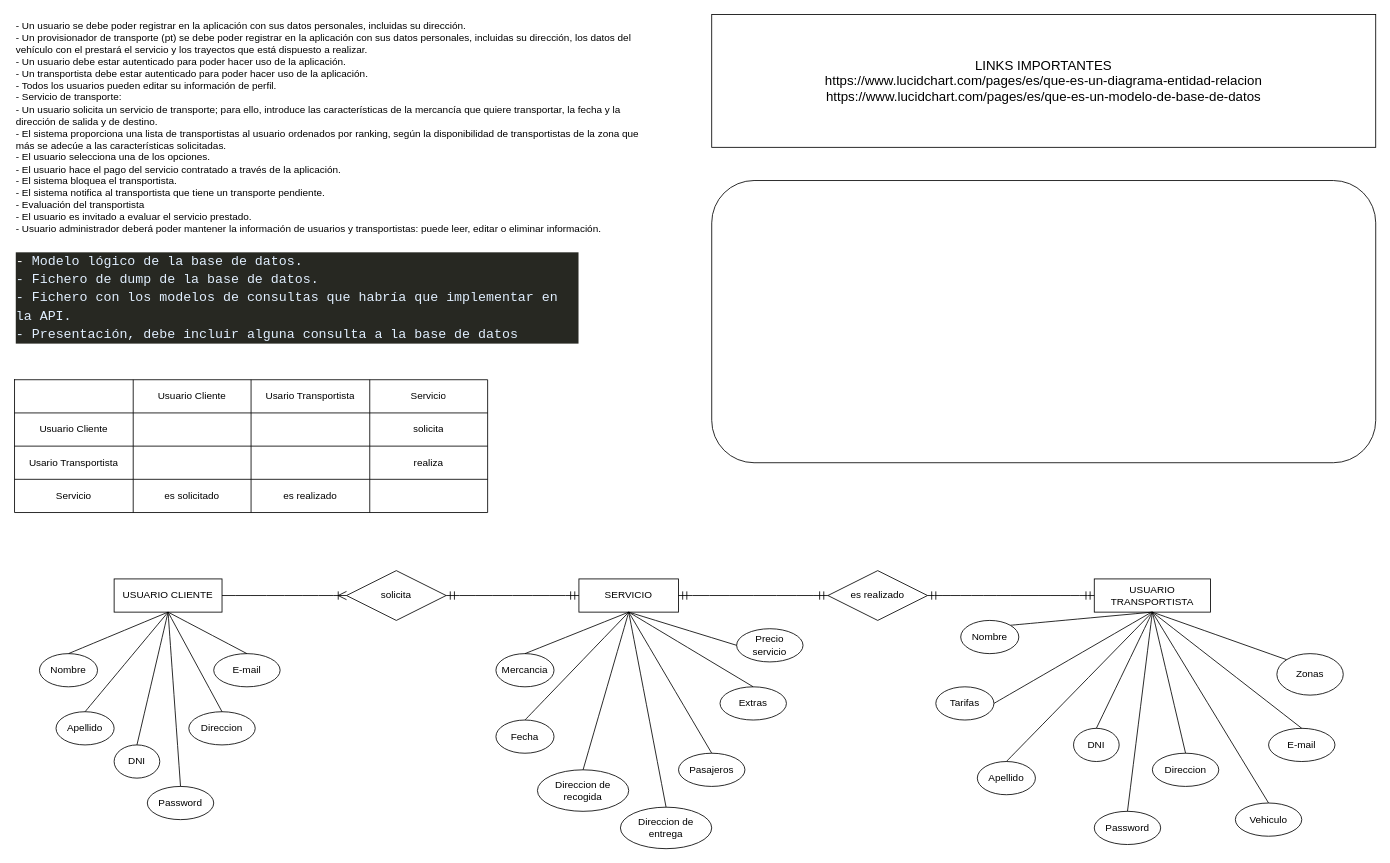
The draw.io diagram Diagrama sin título.drawio in Factoria-F5-Git/mudapp-loquetucorazontediga, before the edit. Source tidied: cells renumbered, new cells numbered last; positions are measured from the earlier drawing's top-left corner, leaving out a move shared by most shapes. Both pictures are drawn from the tidied source at 83%, with x=0, y=0 at pixel (14, 14).
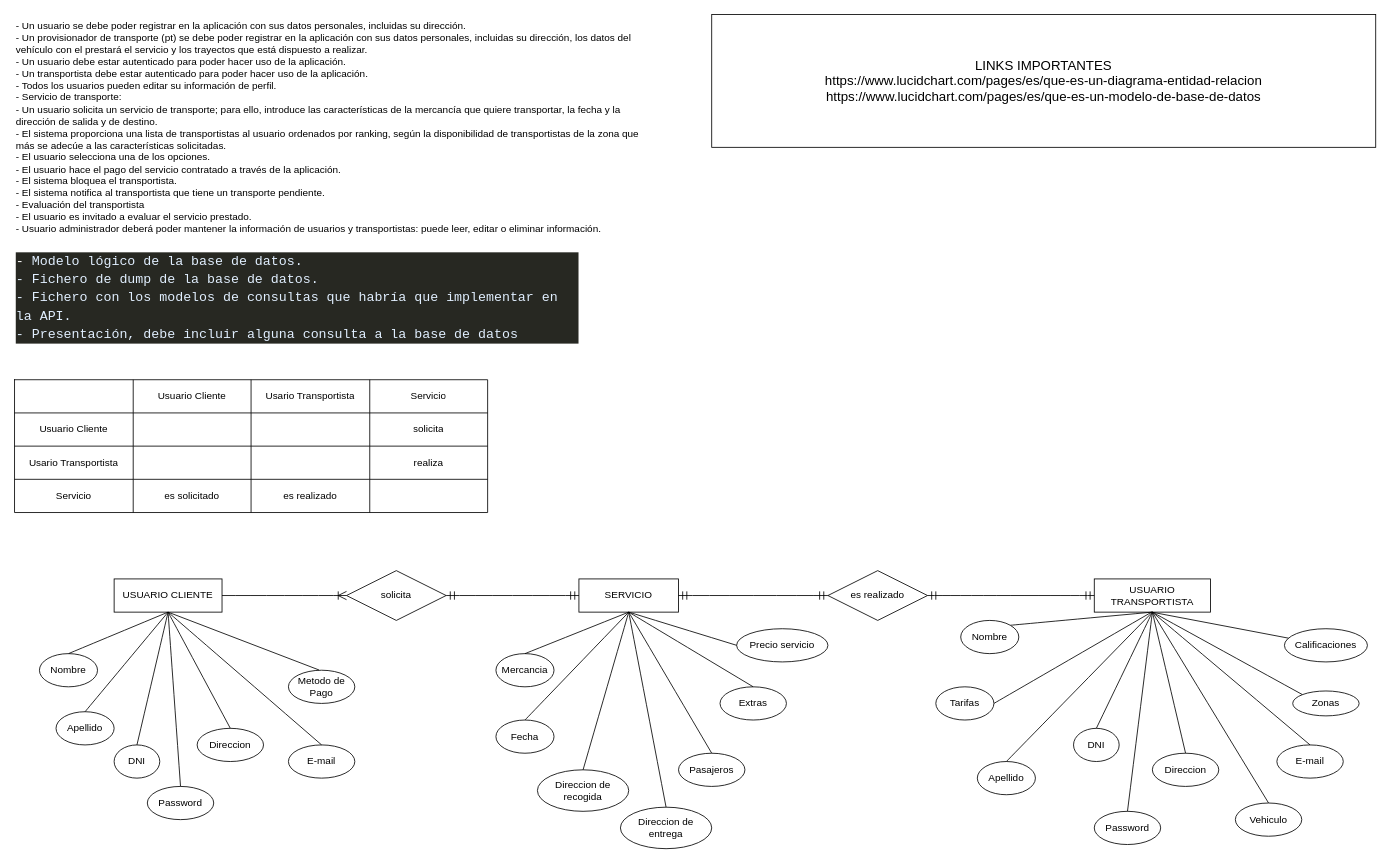
The same diagram, later.

Commit message:
Modelo logico

Unchanged cells that the change refers to:
```xml
<mxCell id="25" value="USUARIO CLIENTE" style="whiteSpace=wrap;html=1;align=center;" parent="1" vertex="1">
  <mxGeometry x="120" y="680" width="130" height="40" as="geometry" />
</mxCell>
<mxCell id="26" value="USUARIO TRANSPORTISTA" style="whiteSpace=wrap;html=1;align=center;" parent="1" vertex="1">
  <mxGeometry x="1300.9" y="680" width="140" height="40" as="geometry" />
</mxCell>
```

The edit, as a diff of the source:
```diff
@@
     <mxCell id="42" value="Direccion" style="ellipse;whiteSpace=wrap;html=1;align=center;" parent="1" vertex="1">
-      <mxGeometry x="210" y="840" width="80" height="40" as="geometry" />
+      <mxGeometry x="220" y="860" width="80" height="40" as="geometry" />
     </mxCell>
@@
     <mxCell id="44" value="E-mail" style="ellipse;whiteSpace=wrap;html=1;align=center;" parent="1" vertex="1">
-      <mxGeometry x="240" y="770" width="80" height="40" as="geometry" />
+      <mxGeometry x="330" y="880" width="80" height="40" as="geometry" />
     </mxCell>
@@
     <mxCell id="55" value="E-mail" style="ellipse;whiteSpace=wrap;html=1;align=center;" parent="1" vertex="1">
-      <mxGeometry x="1510.9" y="860" width="80" height="40" as="geometry" />
+      <mxGeometry x="1520.9" y="880" width="80" height="40" as="geometry" />
     </mxCell>
@@
     <mxCell id="59" value="Zonas" style="ellipse;whiteSpace=wrap;html=1;align=center;" parent="1" vertex="1">
-      <mxGeometry x="1520.9" y="770" width="80" height="50" as="geometry" />
+      <mxGeometry x="1540" y="815" width="80" height="30" as="geometry" />
     </mxCell>
@@
-    <mxCell id="75" style="rounded=1;whiteSpace=wrap;html=1;fontSize=16;" parent="1" vertex="1">
-      <mxGeometry x="840" y="200" width="800" height="340" as="geometry" />
-    </mxCell>
     <mxCell id="76" value="Precio servicio" style="ellipse;whiteSpace=wrap;html=1;align=center;" parent="1" vertex="1">
-      <mxGeometry x="870" y="740" width="80" height="40" as="geometry" />
+      <mxGeometry x="870" y="740" width="110" height="40" as="geometry" />
     </mxCell>
@@
+    <mxCell id="80" value="Calificaciones" style="ellipse;whiteSpace=wrap;html=1;align=center;" parent="1" vertex="1">
+      <mxGeometry x="1530" y="740" width="100" height="40" as="geometry" />
+    </mxCell>
+    <mxCell id="81" style="endArrow=none;html=1;rounded=0;entryX=0.494;entryY=1;entryDx=0;entryDy=0;entryPerimeter=0;" parent="1" edge="1" source="80" target="26">
+      <mxGeometry relative="1" as="geometry" />
+    </mxCell>
+    <mxCell id="82" value="Metodo de Pago" style="ellipse;whiteSpace=wrap;html=1;align=center;" parent="1" vertex="1">
+      <mxGeometry x="330" y="790" width="80" height="40" as="geometry" />
+    </mxCell>
+    <mxCell id="83" style="endArrow=none;html=1;rounded=0;entryX=0.5;entryY=1;entryDx=0;entryDy=0;exitX=0.46;exitY=-0.008;exitDx=0;exitDy=0;exitPerimeter=0;" parent="1" edge="1" source="82" target="25">
+      <mxGeometry relative="1" as="geometry" />
+    </mxCell>
```
